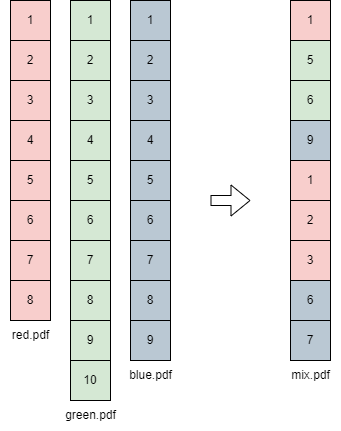
This is example.png from simonesarti/PDFcomposer, a draw.io export, as it was before one commit. Source tidied: cells renumbered, new cells last; positions are measured from the earlier drawing's top-left corner, leaving out a move shared by most shapes.
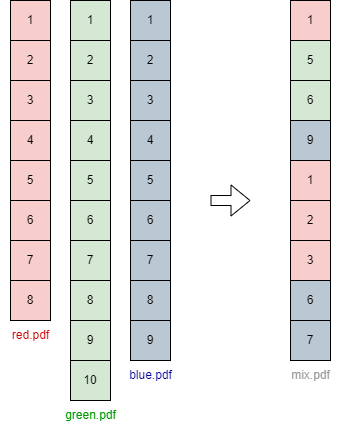
Later version of the same file.

Diff of the diagram source:
```diff
@@ -116,16 +116,16 @@
     <mxCell id="38" value="7" style="whiteSpace=wrap;html=1;fillColor=#bac8d3;strokeColor=#000000;" parent="1" vertex="1">
       <mxGeometry x="290" y="320" width="40" height="40" as="geometry" />
     </mxCell>
-    <mxCell id="39" value="red.pdf" style="text;html=1;align=center;verticalAlign=middle;strokeColor=none;fillColor=none;" parent="1" vertex="1">
+    <mxCell id="39" value="red.pdf" style="text;html=1;align=center;verticalAlign=middle;strokeColor=none;fillColor=none;fontColor=#CC0000;" parent="1" vertex="1">
       <mxGeometry y="320" width="60" height="30" as="geometry" />
     </mxCell>
-    <mxCell id="40" value="green.pdf" style="text;html=1;align=center;verticalAlign=middle;strokeColor=none;fillColor=none;" parent="1" vertex="1">
+    <mxCell id="40" value="green.pdf" style="text;html=1;align=center;verticalAlign=middle;strokeColor=none;fillColor=none;fontColor=#009900;" parent="1" vertex="1">
       <mxGeometry x="55" y="400" width="70" height="30" as="geometry" />
     </mxCell>
-    <mxCell id="41" value="blue.pdf" style="text;html=1;align=center;verticalAlign=middle;strokeColor=none;fillColor=none;" parent="1" vertex="1">
+    <mxCell id="41" value="blue.pdf" style="text;html=1;align=center;verticalAlign=middle;strokeColor=none;fillColor=none;fontColor=#000099;" parent="1" vertex="1">
       <mxGeometry x="115" y="360" width="70" height="30" as="geometry" />
     </mxCell>
-    <mxCell id="42" value="mix.pdf" style="text;html=1;align=center;verticalAlign=middle;strokeColor=none;fillColor=none;" parent="1" vertex="1">
+    <mxCell id="42" value="mix.pdf" style="text;html=1;align=center;verticalAlign=middle;strokeColor=none;fillColor=none;fontColor=#999999;" parent="1" vertex="1">
       <mxGeometry x="280" y="360" width="60" height="30" as="geometry" />
     </mxCell>
   </root>
```
